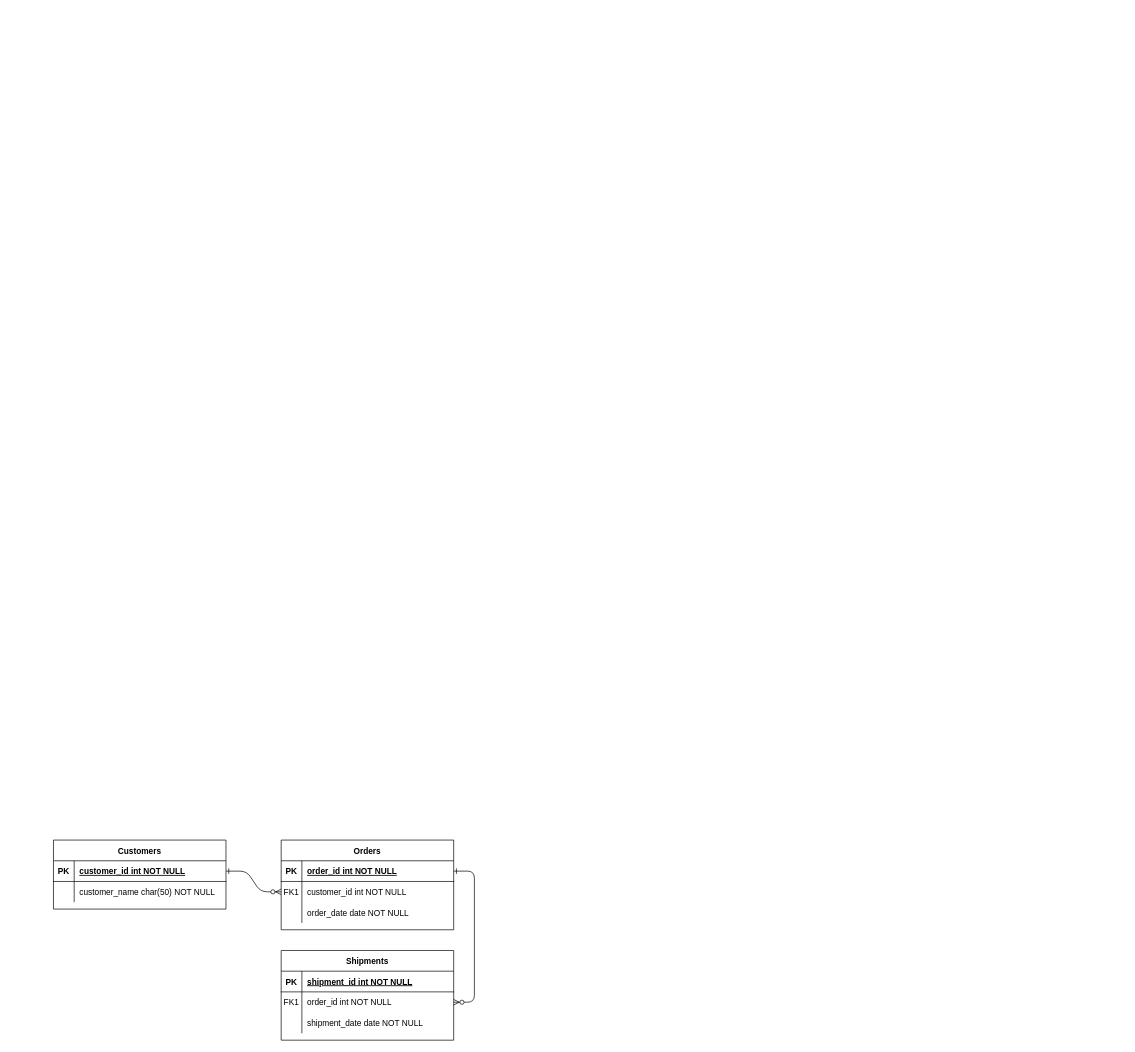
The draw.io diagram db_app.drawio in MecaAlex/databases, before the edit. Source tidied: cells renumbered, new cells numbered last; positions are measured from the earlier drawing's top-left corner, leaving out a move shared by most shapes. Both pictures are drawn from the tidied source at 69%, with x=0, y=0 at pixel (53, 840).
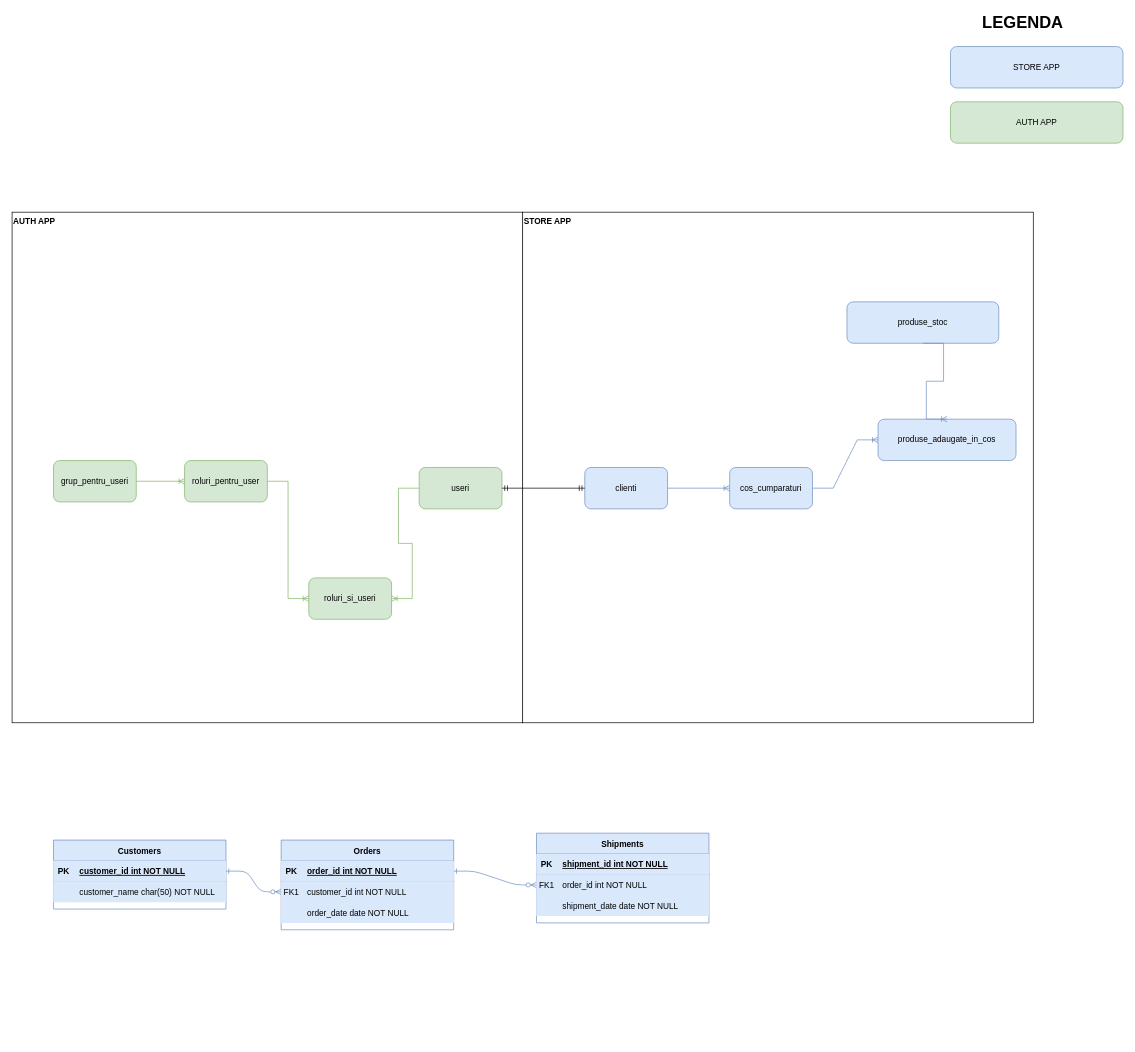
Above is the later version.

What changed in the source:
```diff
@@
+    <mxCell id="31" value="STORE APP" style="whiteSpace=wrap;html=1;align=left;verticalAlign=top;fontStyle=1;" parent="1" vertex="1">
+      <mxGeometry x="680" y="-910" width="740" height="740" as="geometry" />
+    </mxCell>
+    <mxCell id="32" value="AUTH APP" style="whiteSpace=wrap;html=1;align=left;verticalAlign=top;fontStyle=1;" parent="1" vertex="1">
+      <mxGeometry x="-60" y="-910" width="740" height="740" as="geometry" />
+    </mxCell>
-    <mxCell id="2" style="edgeStyle=entityRelationEdgeStyle;endArrow=ERzeroToMany;startArrow=ERone;endFill=1;startFill=0;" parent="1" edge="1" source="25" target="8">
+    <mxCell id="2" style="edgeStyle=entityRelationEdgeStyle;endArrow=ERzeroToMany;startArrow=ERone;endFill=1;startFill=0;fillColor=#dae8fc;strokeColor=#6c8ebf;" parent="1" edge="1" source="25" target="8">
       <mxGeometry relative="1" as="geometry" />
     </mxCell>
-    <mxCell id="3" style="edgeStyle=entityRelationEdgeStyle;endArrow=ERzeroToMany;startArrow=ERone;endFill=1;startFill=0;" parent="1" edge="1" source="5" target="18">
+    <mxCell id="3" style="edgeStyle=entityRelationEdgeStyle;endArrow=ERzeroToMany;startArrow=ERone;endFill=1;startFill=0;fillColor=#dae8fc;strokeColor=#6c8ebf;" parent="1" edge="1" source="5" target="18">
       <mxGeometry relative="1" as="geometry" />
     </mxCell>
-    <mxCell id="4" value="Orders" style="shape=table;startSize=30;childLayout=tableLayout;rowLines=0;fontStyle=1;align=center;" parent="1" vertex="1">
+    <mxCell id="4" value="Orders" style="shape=table;startSize=30;childLayout=tableLayout;rowLines=0;fontStyle=1;align=center;fillColor=#dae8fc;strokeColor=#6c8ebf;" parent="1" vertex="1">
       <mxGeometry x="330" width="250" height="130" as="geometry" />
     </mxCell>
-    <mxCell id="5" style="shape=partialRectangle;fillColor=none;points=[[0,0.5],[1,0.5]];portConstraint=eastwest;top=0;left=0;right=0;bottom=1;" parent="4" vertex="1">
+    <mxCell id="5" style="shape=partialRectangle;fillColor=#dae8fc;points=[[0,0.5],[1,0.5]];portConstraint=eastwest;top=0;left=0;right=0;bottom=1;strokeColor=#6c8ebf;" parent="4" vertex="1">
       <mxGeometry y="30" width="250" height="30" as="geometry" />
     </mxCell>
-    <mxCell id="6" value="PK" style="shape=partialRectangle;overflow=hidden;fillColor=none;top=0;left=0;bottom=0;right=0;fontStyle=1;" parent="5" vertex="1">
+    <mxCell id="6" value="PK" style="shape=partialRectangle;overflow=hidden;fillColor=#dae8fc;top=0;left=0;bottom=0;right=0;fontStyle=1;strokeColor=#6c8ebf;" parent="5" vertex="1">
       <mxGeometry width="30" height="30" as="geometry" />
     </mxCell>
-    <mxCell id="7" value="order_id int NOT NULL " style="shape=partialRectangle;overflow=hidden;fillColor=none;top=0;left=0;bottom=0;right=0;align=left;spacingLeft=6;fontStyle=5;" parent="5" vertex="1">
+    <mxCell id="7" value="order_id int NOT NULL " style="shape=partialRectangle;overflow=hidden;fillColor=#dae8fc;top=0;left=0;bottom=0;right=0;align=left;spacingLeft=6;fontStyle=5;strokeColor=#6c8ebf;" parent="5" vertex="1">
       <mxGeometry x="30" width="220" height="30" as="geometry" />
     </mxCell>
-    <mxCell id="8" style="shape=partialRectangle;fillColor=none;points=[[0,0.5],[1,0.5]];portConstraint=eastwest;top=0;left=0;right=0;bottom=0;" parent="4" vertex="1">
+    <mxCell id="8" style="shape=partialRectangle;fillColor=#dae8fc;points=[[0,0.5],[1,0.5]];portConstraint=eastwest;top=0;left=0;right=0;bottom=0;strokeColor=#6c8ebf;" parent="4" vertex="1">
       <mxGeometry y="60" width="250" height="30" as="geometry" />
     </mxCell>
-    <mxCell id="9" value="FK1" style="shape=partialRectangle;overflow=hidden;fillColor=none;top=0;left=0;bottom=0;right=0;" parent="8" vertex="1">
+    <mxCell id="9" value="FK1" style="shape=partialRectangle;overflow=hidden;fillColor=#dae8fc;top=0;left=0;bottom=0;right=0;strokeColor=#6c8ebf;" parent="8" vertex="1">
       <mxGeometry width="30" height="30" as="geometry" />
     </mxCell>
-    <mxCell id="10" value="customer_id int NOT NULL" style="shape=partialRectangle;overflow=hidden;fillColor=none;top=0;left=0;bottom=0;right=0;align=left;spacingLeft=6;" parent="8" vertex="1">
+    <mxCell id="10" value="customer_id int NOT NULL" style="shape=partialRectangle;overflow=hidden;fillColor=#dae8fc;top=0;left=0;bottom=0;right=0;align=left;spacingLeft=6;strokeColor=#6c8ebf;" parent="8" vertex="1">
       <mxGeometry x="30" width="220" height="30" as="geometry" />
     </mxCell>
-    <mxCell id="11" style="shape=partialRectangle;fillColor=none;top=0;left=0;right=0;bottom=0;" parent="4" vertex="1">
+    <mxCell id="11" style="shape=partialRectangle;fillColor=#dae8fc;top=0;left=0;right=0;bottom=0;strokeColor=#6c8ebf;" parent="4" vertex="1">
       <mxGeometry y="90" width="250" height="30" as="geometry" />
     </mxCell>
-    <mxCell id="12" style="shape=partialRectangle;overflow=hidden;fillColor=none;top=0;left=0;bottom=0;right=0;" parent="11" vertex="1">
+    <mxCell id="12" style="shape=partialRectangle;overflow=hidden;fillColor=#dae8fc;top=0;left=0;bottom=0;right=0;strokeColor=#6c8ebf;" parent="11" vertex="1">
       <mxGeometry width="30" height="30" as="geometry" />
     </mxCell>
-    <mxCell id="13" value="order_date date NOT NULL" style="shape=partialRectangle;overflow=hidden;fillColor=none;top=0;left=0;bottom=0;right=0;align=left;spacingLeft=6;" parent="11" vertex="1">
+    <mxCell id="13" value="order_date date NOT NULL" style="shape=partialRectangle;overflow=hidden;fillColor=#dae8fc;top=0;left=0;bottom=0;right=0;align=left;spacingLeft=6;strokeColor=#6c8ebf;" parent="11" vertex="1">
       <mxGeometry x="30" width="220" height="30" as="geometry" />
     </mxCell>
-    <mxCell id="14" value="Shipments" style="shape=table;startSize=30;childLayout=tableLayout;rowLines=0;fontStyle=1;align=center;" parent="1" vertex="1">
-      <mxGeometry x="330" y="160" width="250" height="130" as="geometry" />
+    <mxCell id="14" value="Shipments" style="shape=table;startSize=30;childLayout=tableLayout;rowLines=0;fontStyle=1;align=center;fillColor=#dae8fc;strokeColor=#6c8ebf;" parent="1" vertex="1">
+      <mxGeometry x="700" y="-10" width="250" height="130" as="geometry" />
     </mxCell>
-    <mxCell id="15" style="shape=partialRectangle;fillColor=none;top=0;left=0;right=0;bottom=1;" parent="14" vertex="1">
+    <mxCell id="15" style="shape=partialRectangle;fillColor=#dae8fc;top=0;left=0;right=0;bottom=1;strokeColor=#6c8ebf;" parent="14" vertex="1">
       <mxGeometry y="30" width="250" height="30" as="geometry" />
     </mxCell>
-    <mxCell id="16" value="PK" style="shape=partialRectangle;overflow=hidden;fillColor=none;top=0;left=0;bottom=0;right=0;fontStyle=1;" parent="15" vertex="1">
+    <mxCell id="16" value="PK" style="shape=partialRectangle;overflow=hidden;fillColor=#dae8fc;top=0;left=0;bottom=0;right=0;fontStyle=1;strokeColor=#6c8ebf;" parent="15" vertex="1">
       <mxGeometry width="30" height="30" as="geometry" />
     </mxCell>
-    <mxCell id="17" value="shipment_id int NOT NULL " style="shape=partialRectangle;overflow=hidden;fillColor=none;top=0;left=0;bottom=0;right=0;align=left;spacingLeft=6;fontStyle=5;" parent="15" vertex="1">
+    <mxCell id="17" value="shipment_id int NOT NULL " style="shape=partialRectangle;overflow=hidden;fillColor=#dae8fc;top=0;left=0;bottom=0;right=0;align=left;spacingLeft=6;fontStyle=5;strokeColor=#6c8ebf;" parent="15" vertex="1">
       <mxGeometry x="30" width="220" height="30" as="geometry" />
     </mxCell>
-    <mxCell id="18" style="shape=partialRectangle;fillColor=none;points=[[0,0.5],[1,0.5]];portConstraint=eastwest;top=0;left=0;right=0;bottom=0;" parent="14" vertex="1">
+    <mxCell id="18" style="shape=partialRectangle;fillColor=#dae8fc;points=[[0,0.5],[1,0.5]];portConstraint=eastwest;top=0;left=0;right=0;bottom=0;strokeColor=#6c8ebf;" parent="14" vertex="1">
       <mxGeometry y="60" width="250" height="30" as="geometry" />
     </mxCell>
-    <mxCell id="19" value="FK1" style="shape=partialRectangle;overflow=hidden;fillColor=none;top=0;left=0;bottom=0;right=0;" parent="18" vertex="1">
+    <mxCell id="19" value="FK1" style="shape=partialRectangle;overflow=hidden;fillColor=#dae8fc;top=0;left=0;bottom=0;right=0;strokeColor=#6c8ebf;" parent="18" vertex="1">
       <mxGeometry width="30" height="30" as="geometry" />
     </mxCell>
-    <mxCell id="20" value="order_id int NOT NULL" style="shape=partialRectangle;overflow=hidden;fillColor=none;top=0;left=0;bottom=0;right=0;align=left;spacingLeft=6;" parent="18" vertex="1">
+    <mxCell id="20" value="order_id int NOT NULL" style="shape=partialRectangle;overflow=hidden;fillColor=#dae8fc;top=0;left=0;bottom=0;right=0;align=left;spacingLeft=6;strokeColor=#6c8ebf;" parent="18" vertex="1">
       <mxGeometry x="30" width="220" height="30" as="geometry" />
     </mxCell>
-    <mxCell id="21" style="shape=partialRectangle;fillColor=none;top=0;left=0;right=0;bottom=0;" parent="14" vertex="1">
+    <mxCell id="21" style="shape=partialRectangle;fillColor=#dae8fc;top=0;left=0;right=0;bottom=0;strokeColor=#6c8ebf;" parent="14" vertex="1">
       <mxGeometry y="90" width="250" height="30" as="geometry" />
     </mxCell>
-    <mxCell id="22" style="shape=partialRectangle;overflow=hidden;fillColor=none;top=0;left=0;bottom=0;right=0;" parent="21" vertex="1">
+    <mxCell id="22" style="shape=partialRectangle;overflow=hidden;fillColor=#dae8fc;top=0;left=0;bottom=0;right=0;strokeColor=#6c8ebf;" parent="21" vertex="1">
       <mxGeometry width="30" height="30" as="geometry" />
     </mxCell>
-    <mxCell id="23" value="shipment_date date NOT NULL" style="shape=partialRectangle;overflow=hidden;fillColor=none;top=0;left=0;bottom=0;right=0;align=left;spacingLeft=6;" parent="21" vertex="1">
+    <mxCell id="23" value="shipment_date date NOT NULL" style="shape=partialRectangle;overflow=hidden;fillColor=#dae8fc;top=0;left=0;bottom=0;right=0;align=left;spacingLeft=6;strokeColor=#6c8ebf;" parent="21" vertex="1">
       <mxGeometry x="30" width="220" height="30" as="geometry" />
     </mxCell>
-    <mxCell id="24" value="Customers" style="shape=table;startSize=30;childLayout=tableLayout;rowLines=0;fontStyle=1;align=center;" parent="1" vertex="1">
+    <mxCell id="24" value="Customers" style="shape=table;startSize=30;childLayout=tableLayout;rowLines=0;fontStyle=1;align=center;fillColor=#dae8fc;strokeColor=#6c8ebf;" parent="1" vertex="1">
       <mxGeometry width="250" height="100" as="geometry" />
     </mxCell>
-    <mxCell id="25" style="shape=partialRectangle;fillColor=none;points=[[0,0.5],[1,0.5]];portConstraint=eastwest;top=0;left=0;right=0;bottom=1;" parent="24" vertex="1">
+    <mxCell id="25" style="shape=partialRectangle;fillColor=#dae8fc;points=[[0,0.5],[1,0.5]];portConstraint=eastwest;top=0;left=0;right=0;bottom=1;strokeColor=#6c8ebf;" parent="24" vertex="1">
       <mxGeometry y="30" width="250" height="30" as="geometry" />
     </mxCell>
-    <mxCell id="26" value="PK" style="shape=partialRectangle;overflow=hidden;fillColor=none;top=0;left=0;bottom=0;right=0;fontStyle=1;" parent="25" vertex="1">
+    <mxCell id="26" value="PK" style="shape=partialRectangle;overflow=hidden;fillColor=#dae8fc;top=0;left=0;bottom=0;right=0;fontStyle=1;strokeColor=#6c8ebf;" parent="25" vertex="1">
       <mxGeometry width="30" height="30" as="geometry" />
     </mxCell>
-    <mxCell id="27" value="customer_id int NOT NULL " style="shape=partialRectangle;overflow=hidden;fillColor=none;top=0;left=0;bottom=0;right=0;align=left;spacingLeft=6;fontStyle=5;" parent="25" vertex="1">
+    <mxCell id="27" value="customer_id int NOT NULL " style="shape=partialRectangle;overflow=hidden;fillColor=#dae8fc;top=0;left=0;bottom=0;right=0;align=left;spacingLeft=6;fontStyle=5;strokeColor=#6c8ebf;" parent="25" vertex="1">
       <mxGeometry x="30" width="220" height="30" as="geometry" />
     </mxCell>
-    <mxCell id="28" style="shape=partialRectangle;fillColor=none;top=0;left=0;right=0;bottom=0;" parent="24" vertex="1">
+    <mxCell id="28" style="shape=partialRectangle;fillColor=#dae8fc;top=0;left=0;right=0;bottom=0;strokeColor=#6c8ebf;" parent="24" vertex="1">
       <mxGeometry y="60" width="250" height="30" as="geometry" />
     </mxCell>
-    <mxCell id="29" style="shape=partialRectangle;overflow=hidden;fillColor=none;top=0;left=0;bottom=0;right=0;" parent="28" vertex="1">
+    <mxCell id="29" style="shape=partialRectangle;overflow=hidden;fillColor=#dae8fc;top=0;left=0;bottom=0;right=0;strokeColor=#6c8ebf;" parent="28" vertex="1">
       <mxGeometry width="30" height="30" as="geometry" />
     </mxCell>
-    <mxCell id="30" value="customer_name char(50) NOT NULL" style="shape=partialRectangle;overflow=hidden;fillColor=none;top=0;left=0;bottom=0;right=0;align=left;spacingLeft=6;" parent="28" vertex="1">
+    <mxCell id="30" value="customer_name char(50) NOT NULL" style="shape=partialRectangle;overflow=hidden;fillColor=#dae8fc;top=0;left=0;bottom=0;right=0;align=left;spacingLeft=6;strokeColor=#6c8ebf;" parent="28" vertex="1">
       <mxGeometry x="30" width="220" height="30" as="geometry" />
     </mxCell>
+    <mxCell id="33" value="grup_pentru_useri" style="rounded=1;whiteSpace=wrap;html=1;fillColor=#d5e8d4;strokeColor=#82b366;" parent="1" vertex="1">
+      <mxGeometry y="-550" width="120" height="60" as="geometry" />
+    </mxCell>
+    <mxCell id="34" value="roluri_pentru_user" style="rounded=1;whiteSpace=wrap;html=1;fillColor=#d5e8d4;strokeColor=#82b366;" parent="1" vertex="1">
+      <mxGeometry x="190" y="-550" width="120" height="60" as="geometry" />
+    </mxCell>
+    <mxCell id="35" value="useri" style="rounded=1;whiteSpace=wrap;html=1;fillColor=#d5e8d4;strokeColor=#82b366;" parent="1" vertex="1">
+      <mxGeometry x="530" y="-540" width="120" height="60" as="geometry" />
+    </mxCell>
+    <mxCell id="36" style="edgeStyle=entityRelationEdgeStyle;fontSize=12;html=1;endArrow=ERoneToMany;rounded=0;exitX=1;exitY=0.5;exitDx=0;exitDy=0;fillColor=#d5e8d4;strokeColor=#82b366;" parent="1" edge="1" source="33" target="34">
+      <mxGeometry relative="1" as="geometry" />
+    </mxCell>
+    <mxCell id="37" value="roluri_si_useri" style="rounded=1;whiteSpace=wrap;html=1;fillColor=#d5e8d4;strokeColor=#82b366;" parent="1" vertex="1">
+      <mxGeometry x="370" y="-380" width="120" height="60" as="geometry" />
+    </mxCell>
+    <mxCell id="38" style="edgeStyle=entityRelationEdgeStyle;fontSize=12;html=1;endArrow=ERoneToMany;rounded=0;exitX=1;exitY=0.5;exitDx=0;exitDy=0;entryX=0;entryY=0.5;entryDx=0;entryDy=0;fillColor=#d5e8d4;strokeColor=#82b366;" parent="1" edge="1" source="34" target="37">
+      <mxGeometry relative="1" as="geometry" />
+    </mxCell>
+    <mxCell id="39" style="edgeStyle=entityRelationEdgeStyle;fontSize=12;html=1;endArrow=ERoneToMany;rounded=0;exitX=0;exitY=0.5;exitDx=0;exitDy=0;entryX=1;entryY=0.5;entryDx=0;entryDy=0;fillColor=#d5e8d4;strokeColor=#82b366;" parent="1" edge="1" source="35" target="37">
+      <mxGeometry relative="1" as="geometry" />
+    </mxCell>
+    <mxCell id="40" value="clienti" style="rounded=1;whiteSpace=wrap;html=1;fillColor=#dae8fc;strokeColor=#6c8ebf;" parent="1" vertex="1">
+      <mxGeometry x="770" y="-540" width="120" height="60" as="geometry" />
+    </mxCell>
+    <mxCell id="41" value="cos_cumparaturi" style="rounded=1;whiteSpace=wrap;html=1;fillColor=#dae8fc;strokeColor=#6c8ebf;" parent="1" vertex="1">
+      <mxGeometry x="980" y="-540" width="120" height="60" as="geometry" />
+    </mxCell>
+    <mxCell id="42" value="produse_adaugate_in_cos" style="rounded=1;whiteSpace=wrap;html=1;fillColor=#dae8fc;strokeColor=#6c8ebf;" parent="1" vertex="1">
+      <mxGeometry x="1195" y="-610" width="200" height="60" as="geometry" />
+    </mxCell>
+    <mxCell id="43" style="edgeStyle=entityRelationEdgeStyle;fontSize=12;html=1;endArrow=ERmandOne;startArrow=ERmandOne;rounded=0;exitX=1;exitY=0.5;exitDx=0;exitDy=0;entryX=0;entryY=0.5;entryDx=0;entryDy=0;" parent="1" edge="1" source="35" target="40">
+      <mxGeometry relative="1" as="geometry" />
+    </mxCell>
+    <mxCell id="44" style="edgeStyle=entityRelationEdgeStyle;fontSize=12;html=1;endArrow=ERoneToMany;rounded=0;exitX=1;exitY=0.5;exitDx=0;exitDy=0;entryX=0;entryY=0.5;entryDx=0;entryDy=0;fillColor=#dae8fc;strokeColor=#6c8ebf;" parent="1" edge="1" source="40" target="41">
+      <mxGeometry relative="1" as="geometry" />
+    </mxCell>
+    <mxCell id="45" style="edgeStyle=entityRelationEdgeStyle;fontSize=12;html=1;endArrow=ERoneToMany;rounded=0;exitX=1;exitY=0.5;exitDx=0;exitDy=0;entryX=0;entryY=0.5;entryDx=0;entryDy=0;fillColor=#dae8fc;strokeColor=#6c8ebf;" parent="1" edge="1" source="41" target="42">
+      <mxGeometry relative="1" as="geometry" />
+    </mxCell>
+    <mxCell id="46" value="produse_stoc" style="rounded=1;whiteSpace=wrap;html=1;fillColor=#dae8fc;strokeColor=#6c8ebf;" parent="1" vertex="1">
+      <mxGeometry x="1150" y="-780" width="220" height="60" as="geometry" />
+    </mxCell>
+    <mxCell id="47" style="edgeStyle=entityRelationEdgeStyle;fontSize=12;html=1;endArrow=ERoneToMany;rounded=0;exitX=0.5;exitY=1;exitDx=0;exitDy=0;entryX=0.5;entryY=0;entryDx=0;entryDy=0;fillColor=#dae8fc;strokeColor=#6c8ebf;" parent="1" edge="1" source="46" target="42">
+      <mxGeometry relative="1" as="geometry" />
+    </mxCell>
+    <mxCell id="48" value="STORE APP" style="rounded=1;whiteSpace=wrap;html=1;fillColor=#dae8fc;strokeColor=#6c8ebf;" parent="1" vertex="1">
+      <mxGeometry x="1300" y="-1150" width="250" height="60" as="geometry" />
+    </mxCell>
+    <mxCell id="49" value="AUTH APP" style="rounded=1;whiteSpace=wrap;html=1;fillColor=#d5e8d4;strokeColor=#82b366;" parent="1" vertex="1">
+      <mxGeometry x="1300" y="-1070" width="250" height="60" as="geometry" />
+    </mxCell>
+    <mxCell id="50" value="&lt;font style=&quot;font-size: 24px;&quot;&gt;&lt;b&gt;LEGENDA&lt;/b&gt;&lt;/font&gt;" style="text;html=1;align=center;verticalAlign=middle;whiteSpace=wrap;rounded=0;" parent="1" vertex="1">
+      <mxGeometry x="1370" y="-1200" width="70" height="30" as="geometry" />
+    </mxCell>
```
